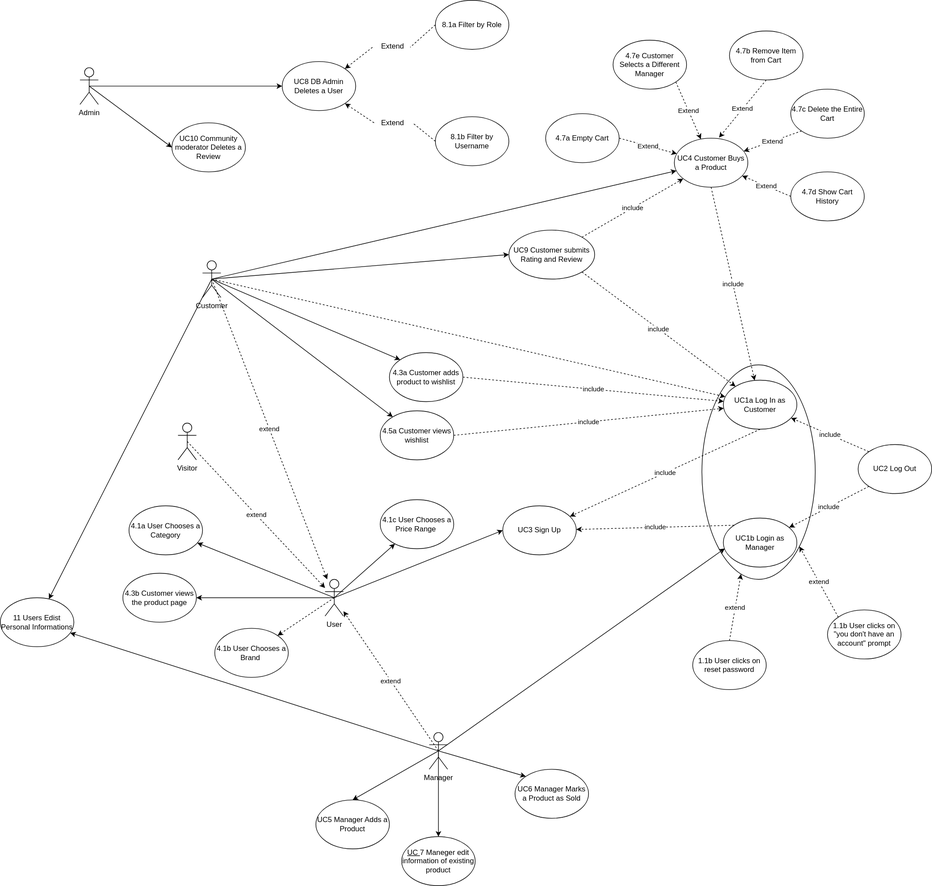
eduardz1/EZElectronics keeps this draw.io diagram as figures/v2/use-case-diagram.drawio.svg. Above is the earlier version. Source tidied: cells renumbered, new cells last; positions are measured from the earlier drawing's top-left corner, leaving out a move shared by most shapes.
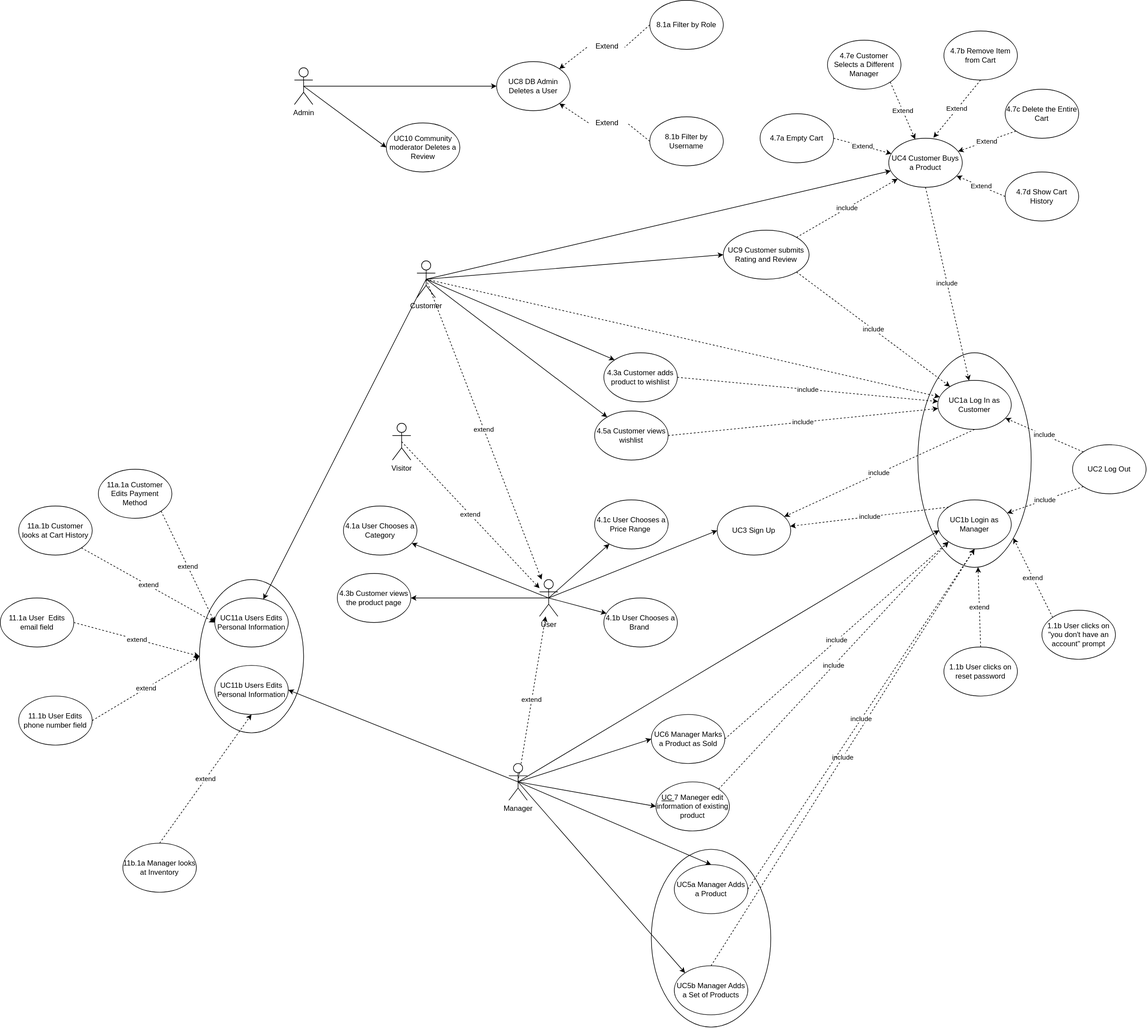
Above is the later version.

Diff of the diagram source:
```diff
@@ -12,10 +12,10 @@
       <mxGeometry x="460" y="100" width="120" height="80" as="geometry" />
     </mxCell>
     <mxCell id="5" value="UC6 Manager Marks a Product as Sold" style="ellipse;whiteSpace=wrap;html=1;" parent="1" vertex="1">
-      <mxGeometry x="840" y="1255" width="120" height="80" as="geometry" />
+      <mxGeometry x="712.5" y="1165" width="120" height="80" as="geometry" />
     </mxCell>
-    <mxCell id="6" value="UC5 Manager Adds a Product" style="ellipse;whiteSpace=wrap;html=1;" parent="1" vertex="1">
-      <mxGeometry x="515" y="1305" width="120" height="80" as="geometry" />
+    <mxCell id="6" value="UC5a Manager Adds a Product" style="ellipse;whiteSpace=wrap;html=1;" parent="1" vertex="1">
+      <mxGeometry x="750" y="1410" width="120" height="80" as="geometry" />
     </mxCell>
     <mxCell id="7" value="UC3 Sign Up" style="ellipse;whiteSpace=wrap;html=1;" parent="1" vertex="1">
       <mxGeometry x="820" y="825" width="120" height="80" as="geometry" />
@@ -39,7 +39,7 @@
       <mxGeometry relative="1" as="geometry" />
     </mxCell>
     <mxCell id="14" value="UC1b Login as Manager" style="ellipse;whiteSpace=wrap;html=1;" parent="1" vertex="1">
-      <mxGeometry x="1180" y="845" width="120" height="80" as="geometry" />
+      <mxGeometry x="1180" y="815" width="120" height="80" as="geometry" />
     </mxCell>
     <mxCell id="15" style="edgeStyle=none;html=1;exitX=0.5;exitY=0.5;exitDx=0;exitDy=0;exitPerimeter=0;" parent="1" edge="1" source="21" target="9">
       <mxGeometry relative="1" as="geometry" />
@@ -68,20 +68,23 @@
     <mxCell id="23" style="edgeStyle=none;html=1;exitX=0.5;exitY=0.5;exitDx=0;exitDy=0;exitPerimeter=0;entryX=0.5;entryY=0;entryDx=0;entryDy=0;" parent="1" edge="1" source="28" target="6">
       <mxGeometry relative="1" as="geometry" />
     </mxCell>
-    <mxCell id="24" style="edgeStyle=none;html=1;exitX=0.5;exitY=0.5;exitDx=0;exitDy=0;exitPerimeter=0;entryX=0.5;entryY=0;entryDx=0;entryDy=0;" parent="1" edge="1" source="28" target="34">
+    <mxCell id="24" style="edgeStyle=none;html=1;exitX=0.5;exitY=0.5;exitDx=0;exitDy=0;exitPerimeter=0;entryX=0;entryY=0.5;entryDx=0;entryDy=0;" parent="1" edge="1" source="28" target="34">
       <mxGeometry relative="1" as="geometry" />
     </mxCell>
-    <mxCell id="25" style="edgeStyle=none;html=1;exitX=0.5;exitY=0.5;exitDx=0;exitDy=0;exitPerimeter=0;entryX=0;entryY=0;entryDx=0;entryDy=0;" parent="1" edge="1" source="28" target="5">
+    <mxCell id="25" style="edgeStyle=none;html=1;exitX=0.5;exitY=0.5;exitDx=0;exitDy=0;exitPerimeter=0;entryX=0;entryY=0.5;entryDx=0;entryDy=0;" parent="1" edge="1" source="28" target="5">
       <mxGeometry relative="1" as="geometry" />
     </mxCell>
     <mxCell id="26" value="extend" style="edgeStyle=none;html=1;exitX=0.5;exitY=0.5;exitDx=0;exitDy=0;exitPerimeter=0;dashed=1;endArrow=classic;endFill=1;" parent="1" edge="1" source="28" target="65">
       <mxGeometry relative="1" as="geometry" />
     </mxCell>
-    <mxCell id="27" style="edgeStyle=none;html=1;exitX=0.5;exitY=0.5;exitDx=0;exitDy=0;exitPerimeter=0;endArrow=classic;endFill=1;" parent="1" edge="1" source="28" target="73">
+    <mxCell id="27" style="edgeStyle=none;html=1;exitX=0.5;exitY=0.5;exitDx=0;exitDy=0;exitPerimeter=0;endArrow=classic;endFill=1;entryX=1;entryY=0.5;entryDx=0;entryDy=0;" parent="1" edge="1" source="28" target="79">
       <mxGeometry relative="1" as="geometry" />
     </mxCell>
+    <mxCell id="78" style="edgeStyle=none;html=1;exitX=0.5;exitY=0.5;exitDx=0;exitDy=0;exitPerimeter=0;entryX=0;entryY=0;entryDx=0;entryDy=0;" parent="1" edge="1" source="28" target="82">
+      <mxGeometry relative="1" as="geometry" />
+    </mxCell>
     <mxCell id="28" value="Manager" style="shape=umlActor;verticalLabelPosition=bottom;verticalAlign=top;html=1;outlineConnect=0;" parent="1" vertex="1">
-      <mxGeometry x="700" y="1195" width="30" height="60" as="geometry" />
+      <mxGeometry x="480" y="1245" width="30" height="60" as="geometry" />
     </mxCell>
     <mxCell id="29" style="edgeStyle=none;html=1;entryX=0;entryY=0.5;entryDx=0;entryDy=0;exitX=0.5;exitY=0.5;exitDx=0;exitDy=0;exitPerimeter=0;" parent="1" edge="1" source="31" target="4">
       <mxGeometry relative="1" as="geometry" />
@@ -99,7 +102,7 @@
       <mxGeometry x="290" y="690" width="30" height="60" as="geometry" />
     </mxCell>
     <mxCell id="34" value="&lt;u&gt;UC&lt;/u&gt;7 Maneger edit information of existing product" style="ellipse;whiteSpace=wrap;html=1;" parent="1" vertex="1">
-      <mxGeometry x="655" y="1365" width="120" height="80" as="geometry" />
+      <mxGeometry x="720" y="1275" width="120" height="80" as="geometry" />
     </mxCell>
     <mxCell id="35" value="include" style="edgeStyle=none;html=1;exitX=1;exitY=1;exitDx=0;exitDy=0;endArrow=classic;endFill=1;dashed=1;" parent="1" edge="1" source="37" target="58">
       <mxGeometry relative="1" as="geometry" />
@@ -117,7 +120,7 @@
       <mxGeometry x="210" y="825" width="120" height="80" as="geometry" />
     </mxCell>
     <mxCell id="40" value="4.1b User Chooses a Brand&lt;span style=&quot;color: rgba(0, 0, 0, 0); font-family: monospace; font-size: 0px; text-align: start;&quot;&gt;%3CmxGraphModel%3E%3Croot%3E%3CmxCell%20id%3D%220%22%2F%3E%3CmxCell%20id%3D%221%22%20parent%3D%220%22%2F%3E%3CmxCell%20id%3D%222%22%20value%3D%22include%22%20style%3D%22text%3Bhtml%3D1%3Balign%3Dcenter%3BverticalAlign%3Dmiddle%3Bresizable%3D0%3Bpoints%3D%5B%5D%3Bautosize%3D1%3BstrokeColor%3Dnone%3BfillColor%3Dnone%3B%22%20vertex%3D%221%22%20parent%3D%221%22%3E%3CmxGeometry%20x%3D%22550%22%20y%3D%22490%22%20width%3D%2260%22%20height%3D%2230%22%20as%3D%22geometry%22%2F%3E%3C%2FmxCell%3E%3C%2Froot%3E%3C%2FmxGraphModel%3E&lt;/span&gt;" style="ellipse;whiteSpace=wrap;html=1;" parent="1" vertex="1">
-      <mxGeometry x="350" y="1025" width="120" height="80" as="geometry" />
+      <mxGeometry x="635" y="975" width="120" height="80" as="geometry" />
     </mxCell>
     <mxCell id="41" value="4.1c User Chooses a Price Range&lt;span style=&quot;color: rgba(0, 0, 0, 0); font-family: monospace; font-size: 0px; text-align: start;&quot;&gt;%3CmxGraphModel%3E%3Croot%3E%3CmxCell%20id%3D%220%22%2F%3E%3CmxCell%20id%3D%221%22%20parent%3D%220%22%2F%3E%3CmxCell%20id%3D%222%22%20value%3D%22include%22%20style%3D%22text%3Bhtml%3D1%3Balign%3Dcenter%3BverticalAlign%3Dmiddle%3Bresizable%3D0%3Bpoints%3D%5B%5D%3Bautosize%3D1%3BstrokeColor%3Dnone%3BfillColor%3Dnone%3B%22%20vertex%3D%221%22%20parent%3D%221%22%3E%3CmxGeometry%20x%3D%22550%22%20y%3D%22490%22%20width%3D%2260%22%20height%3D%2230%22%20as%3D%22geometry%22%2F%3E%3C%2FmxCell%3E%3C%2Froot%3E%3C%2FmxGraphMode&lt;/span&gt;" style="ellipse;whiteSpace=wrap;html=1;" parent="1" vertex="1">
       <mxGeometry x="620" y="815" width="120" height="80" as="geometry" />
@@ -185,7 +188,7 @@
     <mxCell id="62" style="edgeStyle=none;html=1;exitX=0.5;exitY=0.5;exitDx=0;exitDy=0;exitPerimeter=0;entryX=1;entryY=0.5;entryDx=0;entryDy=0;" parent="1" edge="1" source="65" target="44">
       <mxGeometry relative="1" as="geometry" />
     </mxCell>
-    <mxCell id="63" style="edgeStyle=none;html=1;exitX=0.5;exitY=0.5;exitDx=0;exitDy=0;exitPerimeter=0;dashed=1;endArrow=classic;endFill=1;" parent="1" edge="1" source="65" target="40">
+    <mxCell id="63" style="edgeStyle=none;html=1;exitX=0.5;exitY=0.5;exitDx=0;exitDy=0;exitPerimeter=0;endArrow=classic;endFill=1;" parent="1" edge="1" source="65" target="40">
       <mxGeometry relative="1" as="geometry" />
     </mxCell>
     <mxCell id="64" style="edgeStyle=none;html=1;exitX=0.5;exitY=0.5;exitDx=0;exitDy=0;exitPerimeter=0;endArrow=classic;endFill=1;" parent="1" edge="1" source="21" target="73">
@@ -201,7 +204,7 @@
       <mxGeometry x="610" y="60" width="60" height="30" as="geometry" />
     </mxCell>
     <mxCell id="68" style="ellipse;whiteSpace=wrap;html=1;fillColor=none;" parent="1" vertex="1">
-      <mxGeometry x="1145" y="595" width="185" height="350" as="geometry" />
+      <mxGeometry x="1147.5" y="575" width="185" height="350" as="geometry" />
     </mxCell>
     <mxCell id="69" style="edgeStyle=none;html=1;exitX=0;exitY=0.5;exitDx=0;exitDy=0;entryX=1.048;entryY=0.502;entryDx=0;entryDy=0;dashed=1;endArrow=none;entryPerimeter=0;" parent="1" edge="1" source="54" target="70">
       <mxGeometry relative="1" as="geometry" />
@@ -215,7 +218,7 @@
     <mxCell id="72" value="Extend" style="edgeStyle=none;html=1;exitX=1;exitY=1;exitDx=0;exitDy=0;dashed=1;" parent="1" edge="1" source="71" target="9">
       <mxGeometry relative="1" as="geometry" />
     </mxCell>
-    <mxCell id="73" value="11 Users Edist Personal Informations" style="ellipse;whiteSpace=wrap;html=1;" parent="1" vertex="1">
+    <mxCell id="73" value="UC11a Users Edits Personal Information" style="ellipse;whiteSpace=wrap;html=1;" parent="1" vertex="1">
       <mxGeometry y="975" width="120" height="80" as="geometry" />
     </mxCell>
     <mxCell id="74" value="extend" style="edgeStyle=none;html=1;exitX=0;exitY=0;exitDx=0;exitDy=0;dashed=1;endArrow=classic;endFill=1;" parent="1" edge="1" source="75" target="68">
@@ -228,7 +231,63 @@
       <mxGeometry relative="1" as="geometry" />
     </mxCell>
     <mxCell id="77" value="1.1b User clicks on reset password&amp;nbsp;" style="ellipse;whiteSpace=wrap;html=1;" parent="1" vertex="1">
-      <mxGeometry x="1130" y="1045" width="120" height="80" as="geometry" />
+      <mxGeometry x="1190" y="1055" width="120" height="80" as="geometry" />
     </mxCell>
+    <mxCell id="79" value="UC11b Users Edits Personal Information" style="ellipse;whiteSpace=wrap;html=1;" parent="1" vertex="1">
+      <mxGeometry y="1085" width="120" height="80" as="geometry" />
+    </mxCell>
+    <mxCell id="80" style="ellipse;whiteSpace=wrap;html=1;fillColor=none;direction=south;" parent="1" vertex="1">
+      <mxGeometry x="-25" y="945" width="170" height="250" as="geometry" />
+    </mxCell>
+    <mxCell id="81" value="include" style="edgeStyle=none;html=1;exitX=0.5;exitY=0;exitDx=0;exitDy=0;entryX=0.5;entryY=1;entryDx=0;entryDy=0;dashed=1;" parent="1" edge="1" source="82" target="14">
+      <mxGeometry relative="1" as="geometry" />
+    </mxCell>
+    <mxCell id="82" value="UC5b Manager Adds a Set of Products" style="ellipse;whiteSpace=wrap;html=1;" parent="1" vertex="1">
+      <mxGeometry x="750" y="1575" width="120" height="80" as="geometry" />
+    </mxCell>
+    <mxCell id="83" style="ellipse;whiteSpace=wrap;html=1;fillColor=none;direction=south;" parent="1" vertex="1">
+      <mxGeometry x="712.5" y="1385" width="195" height="290" as="geometry" />
+    </mxCell>
+    <mxCell id="84" value="include" style="edgeStyle=none;html=1;dashed=1;exitX=1;exitY=0.5;exitDx=0;exitDy=0;entryX=0.5;entryY=1;entryDx=0;entryDy=0;" parent="1" edge="1" source="6" target="14">
+      <mxGeometry relative="1" as="geometry" />
+    </mxCell>
+    <mxCell id="85" value="include" style="edgeStyle=none;html=1;dashed=1;exitX=1;exitY=0;exitDx=0;exitDy=0;entryX=0;entryY=1;entryDx=0;entryDy=0;" parent="1" edge="1" source="34" target="14">
+      <mxGeometry relative="1" as="geometry" />
+    </mxCell>
+    <mxCell id="86" value="include" style="edgeStyle=none;html=1;dashed=1;entryX=0;entryY=1;entryDx=0;entryDy=0;exitX=1;exitY=0.5;exitDx=0;exitDy=0;" parent="1" edge="1" source="5" target="14">
+      <mxGeometry relative="1" as="geometry" />
+    </mxCell>
+    <mxCell id="87" value="extend" style="edgeStyle=none;html=1;exitX=1;exitY=0.5;exitDx=0;exitDy=0;entryX=0.5;entryY=1;entryDx=0;entryDy=0;dashed=1;" parent="1" edge="1" source="88" target="80">
+      <mxGeometry relative="1" as="geometry" />
+    </mxCell>
+    <mxCell id="88" value="11.1b User Edits phone number field" style="ellipse;whiteSpace=wrap;html=1;" parent="1" vertex="1">
+      <mxGeometry x="-320" y="1135" width="120" height="80" as="geometry" />
+    </mxCell>
+    <mxCell id="89" value="extend" style="edgeStyle=none;html=1;exitX=0.5;exitY=0;exitDx=0;exitDy=0;entryX=0.5;entryY=1;entryDx=0;entryDy=0;dashed=1;" parent="1" edge="1" source="90" target="79">
+      <mxGeometry relative="1" as="geometry" />
+    </mxCell>
+    <mxCell id="90" value="11b.1a Manager looks at Inventory" style="ellipse;whiteSpace=wrap;html=1;" parent="1" vertex="1">
+      <mxGeometry x="-150" y="1375" width="120" height="80" as="geometry" />
+    </mxCell>
+    <mxCell id="91" value="extend" style="edgeStyle=none;html=1;exitX=1;exitY=1;exitDx=0;exitDy=0;entryX=0;entryY=0.5;entryDx=0;entryDy=0;dashed=1;" parent="1" edge="1" source="92" target="73">
+      <mxGeometry relative="1" as="geometry" />
+    </mxCell>
+    <mxCell id="92" value="11a.1b Customer looks at Cart History" style="ellipse;whiteSpace=wrap;html=1;" parent="1" vertex="1">
+      <mxGeometry x="-320" y="825" width="120" height="80" as="geometry" />
+    </mxCell>
+    <mxCell id="93" value="extend" style="edgeStyle=none;html=1;exitX=1;exitY=0.5;exitDx=0;exitDy=0;entryX=0.5;entryY=1;entryDx=0;entryDy=0;dashed=1;" parent="1" edge="1" source="94" target="80">
+      <mxGeometry relative="1" as="geometry" />
+    </mxCell>
+    <mxCell id="94" value="11.1a User&amp;nbsp; Edits email field" style="ellipse;whiteSpace=wrap;html=1;" parent="1" vertex="1">
+      <mxGeometry x="-350" y="975" width="120" height="80" as="geometry" />
+    </mxCell>
+    <mxCell id="95" value="extend" style="edgeStyle=none;html=1;exitX=1;exitY=1;exitDx=0;exitDy=0;dashed=1;" parent="1" edge="1" source="96">
+      <mxGeometry relative="1" as="geometry">
+        <mxPoint y="1015" as="targetPoint" />
+      </mxGeometry>
+    </mxCell>
+    <mxCell id="96" value="11a.1a Customer Edits Payment Method" style="ellipse;whiteSpace=wrap;html=1;" parent="1" vertex="1">
+      <mxGeometry x="-190" y="765" width="120" height="80" as="geometry" />
+    </mxCell>
   </root>
 </mxGraphModel>
```
